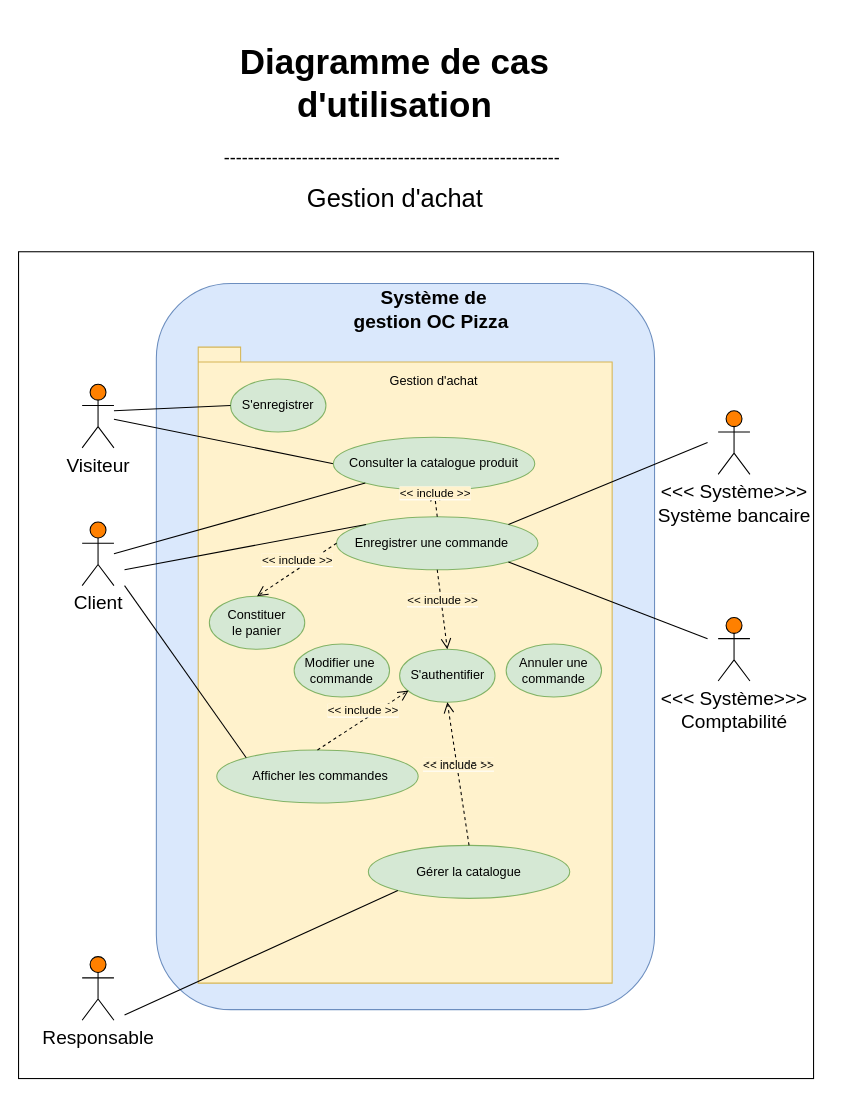
Earlier version of the draw.io diagram page "Gestion d'achat" (1 of 5) of Use case Diagram.drawio (Maayaavi/OC_Project_4). Source tidied: cells renumbered, new cells numbered last; positions are measured from the earlier drawing's top-left corner, leaving out a move shared by most shapes. Both pictures are drawn from the tidied source at 106%, with x=0, y=0 at pixel (18, 29).
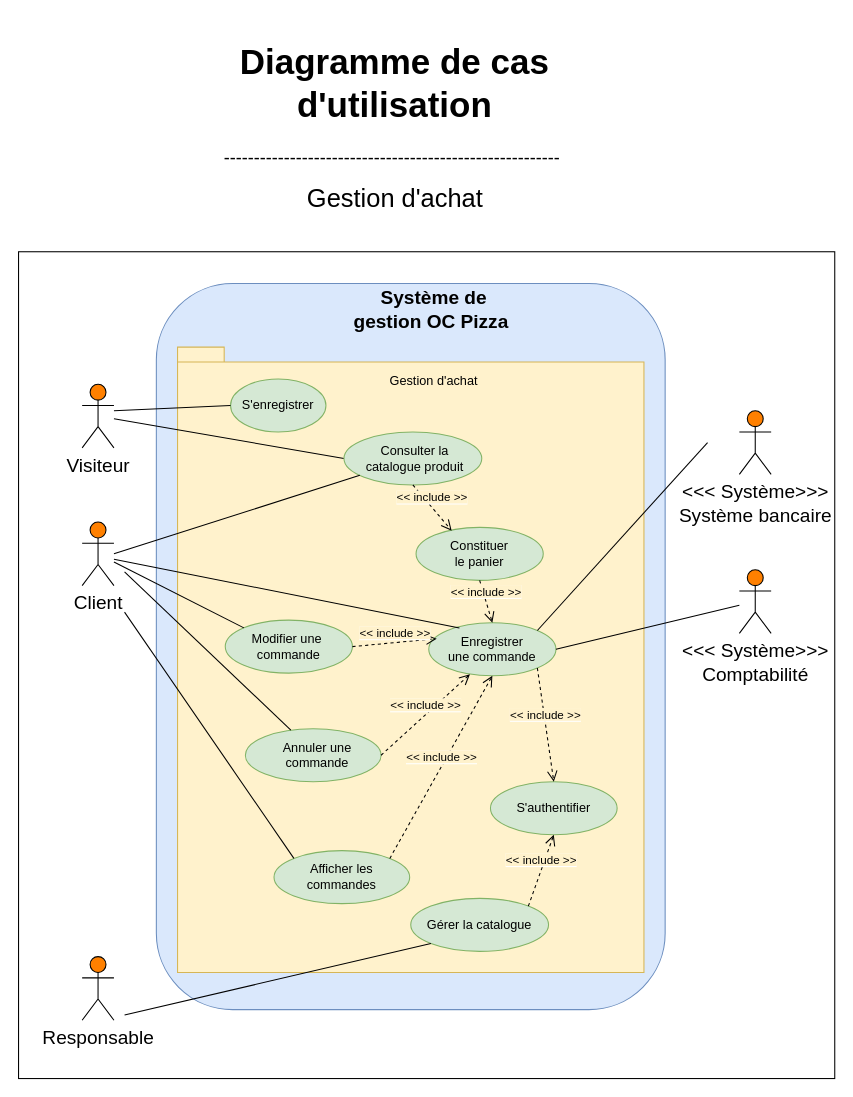
The same page after the edit.

The change refers to these unchanged cells:
```xml
<mxCell id="7" value="Client" style="shape=umlActor;verticalLabelPosition=bottom;labelBackgroundColor=#ffffff;verticalAlign=top;html=1;outlineConnect=0;fontSize=18;fillColor=#FF8000;" parent="1" vertex="1">
  <mxGeometry x="60" y="465" width="30" height="60" as="geometry" />
</mxCell>
```

What changed in the source:
```diff
@@
     <mxCell id="2" style="whiteSpace=wrap;html=1;" parent="1" vertex="1">
-      <mxGeometry y="210" width="750" height="780" as="geometry" />
+      <mxGeometry y="210" width="770" height="780" as="geometry" />
     </mxCell>
@@
     <mxCell id="4" style="rounded=1;whiteSpace=wrap;html=1;fillColor=#dae8fc;strokeColor=#6c8ebf;" parent="1" vertex="1">
-      <mxGeometry x="130" y="240" width="470" height="685" as="geometry" />
+      <mxGeometry x="130" y="240" width="480" height="685" as="geometry" />
     </mxCell>
@@
     <mxCell id="8" value="&amp;lt;&amp;lt;&amp;lt; Système&amp;gt;&amp;gt;&amp;gt;&lt;br&gt;Système bancaire" style="shape=umlActor;verticalLabelPosition=bottom;labelBackgroundColor=#ffffff;verticalAlign=top;html=1;fontSize=18;gradientColor=none;gradientDirection=north;fillColor=#FF8000;" parent="1" vertex="1">
-      <mxGeometry x="660" y="360" width="30" height="60" as="geometry" />
+      <mxGeometry x="680" y="360" width="30" height="60" as="geometry" />
     </mxCell>
     <mxCell id="9" value="&amp;lt;&amp;lt;&amp;lt; Système&amp;gt;&amp;gt;&amp;gt;&lt;br&gt;Comptabilité" style="shape=umlActor;verticalLabelPosition=bottom;labelBackgroundColor=#ffffff;verticalAlign=top;html=1;outlineConnect=0;fontSize=18;gradientColor=none;gradientDirection=north;fillColor=#FF8000;" parent="1" vertex="1">
-      <mxGeometry x="660" y="555" width="30" height="60" as="geometry" />
+      <mxGeometry x="680" y="510" width="30" height="60" as="geometry" />
     </mxCell>
     <mxCell id="10" style="shape=folder;fontStyle=1;spacingTop=10;tabWidth=40;tabHeight=14;tabPosition=left;html=1;fillColor=#fff2cc;strokeColor=#d6b656;" parent="1" vertex="1">
-      <mxGeometry x="169.5" y="300" width="390.5" height="600" as="geometry" />
+      <mxGeometry x="150" y="300" width="440" height="590" as="geometry" />
     </mxCell>
@@
     <mxCell id="13" style="ellipse;whiteSpace=wrap;html=1;fillColor=#d5e8d4;strokeColor=#82b366;" parent="1" vertex="1">
-      <mxGeometry x="297" y="385" width="190" height="50" as="geometry" />
+      <mxGeometry x="307" y="380" width="130" height="50" as="geometry" />
     </mxCell>
-    <mxCell id="14" value="Consulter la catalogue produit" style="text;html=1;strokeColor=none;fillColor=none;align=center;verticalAlign=middle;whiteSpace=wrap;rounded=0;" parent="1" vertex="1">
-      <mxGeometry x="287" y="400" width="210" height="20" as="geometry" />
+    <mxCell id="14" value="Consulter la&lt;br&gt;catalogue produit" style="text;html=1;strokeColor=none;fillColor=none;align=center;verticalAlign=middle;whiteSpace=wrap;rounded=0;" parent="1" vertex="1">
+      <mxGeometry x="269" y="395" width="210" height="20" as="geometry" />
     </mxCell>
     <mxCell id="15" style="ellipse;whiteSpace=wrap;html=1;fillColor=#d5e8d4;strokeColor=#82b366;" parent="1" vertex="1">
-      <mxGeometry x="300" y="460" width="190" height="50" as="geometry" />
+      <mxGeometry x="387" y="560" width="120" height="50" as="geometry" />
     </mxCell>
-    <mxCell id="16" value="Enregistrer une commande" style="text;html=1;strokeColor=none;fillColor=none;align=center;verticalAlign=middle;whiteSpace=wrap;rounded=0;" parent="1" vertex="1">
-      <mxGeometry x="285" y="475" width="210" height="20" as="geometry" />
+    <mxCell id="16" value="Enregistrer &lt;br&gt;une commande" style="text;html=1;strokeColor=none;fillColor=none;align=center;verticalAlign=middle;whiteSpace=wrap;rounded=0;" parent="1" vertex="1">
+      <mxGeometry x="342" y="575" width="210" height="20" as="geometry" />
     </mxCell>
@@
-    <mxCell id="19" style="endArrow=none;html=1;entryX=0;entryY=0;entryDx=0;entryDy=0;" parent="1" edge="1" target="15">
+    <mxCell id="19" style="endArrow=none;html=1;entryX=0.241;entryY=0.098;entryDx=0;entryDy=0;entryPerimeter=0;" parent="1" edge="1" target="15">
       <mxGeometry relative="1" as="geometry">
-        <mxPoint x="100" y="510" as="sourcePoint" />
+        <mxPoint x="90" y="500" as="sourcePoint" />
       </mxGeometry>
     </mxCell>
     <mxCell id="20" style="ellipse;whiteSpace=wrap;html=1;fillColor=#d5e8d4;strokeColor=#82b366;" parent="1" vertex="1">
-      <mxGeometry x="330" y="770" width="190" height="50" as="geometry" />
+      <mxGeometry x="370" y="820" width="130" height="50" as="geometry" />
     </mxCell>
     <mxCell id="21" value="Gérer la catalogue" style="text;html=1;strokeColor=none;fillColor=none;align=center;verticalAlign=middle;whiteSpace=wrap;rounded=0;" parent="1" vertex="1">
-      <mxGeometry x="320" y="785" width="210" height="20" as="geometry" />
+      <mxGeometry x="330" y="835" width="210" height="20" as="geometry" />
     </mxCell>
@@
-    <mxCell id="23" style="endArrow=none;html=1;exitX=1;exitY=1;exitDx=0;exitDy=0;" parent="1" edge="1" source="15">
-      <mxGeometry relative="1" as="geometry">
-        <mxPoint x="650" y="575" as="targetPoint" />
-      </mxGeometry>
+    <mxCell id="23" style="endArrow=none;html=1;exitX=1;exitY=0.5;exitDx=0;exitDy=0;" parent="1" edge="1" source="15" target="9">
+      <mxGeometry relative="1" as="geometry" />
     </mxCell>
     <mxCell id="24" style="ellipse;whiteSpace=wrap;html=1;fillColor=#d5e8d4;strokeColor=#82b366;" parent="1" vertex="1">
-      <mxGeometry x="260" y="580" width="90" height="50" as="geometry" />
+      <mxGeometry x="195" y="557.5" width="120" height="50" as="geometry" />
     </mxCell>
-    <mxCell id="25" value="Modifier une&amp;nbsp;&lt;br&gt;commande" style="text;html=1;strokeColor=none;fillColor=none;align=center;verticalAlign=middle;whiteSpace=wrap;rounded=0;" parent="1" vertex="1">
-      <mxGeometry x="200" y="595" width="210" height="20" as="geometry" />
-    </mxCell>
     <mxCell id="26" style="ellipse;whiteSpace=wrap;html=1;fillColor=#d5e8d4;strokeColor=#82b366;" parent="1" vertex="1">
-      <mxGeometry x="187" y="680" width="190" height="50" as="geometry" />
+      <mxGeometry x="241" y="775" width="128" height="50" as="geometry" />
     </mxCell>
-    <mxCell id="27" value="Afficher les commandes" style="text;html=1;strokeColor=none;fillColor=none;align=center;verticalAlign=middle;whiteSpace=wrap;rounded=0;" parent="1" vertex="1">
-      <mxGeometry x="180" y="695" width="210" height="20" as="geometry" />
+    <mxCell id="27" value="Afficher les &lt;br&gt;commandes" style="text;html=1;strokeColor=none;fillColor=none;align=center;verticalAlign=middle;whiteSpace=wrap;rounded=0;" parent="1" vertex="1">
+      <mxGeometry x="200" y="790" width="210" height="20" as="geometry" />
     </mxCell>
-    <mxCell id="28" style="endArrow=none;html=1;entryX=0;entryY=0;entryDx=0;entryDy=0;" parent="1" edge="1" target="26">
-      <mxGeometry relative="1" as="geometry">
-        <mxPoint x="100" y="525" as="sourcePoint" />
-      </mxGeometry>
-    </mxCell>
@@
     <mxCell id="30" style="ellipse;whiteSpace=wrap;html=1;fillColor=#d5e8d4;strokeColor=#82b366;" parent="1" vertex="1">
-      <mxGeometry x="460" y="580" width="90" height="50" as="geometry" />
+      <mxGeometry x="214" y="660" width="128" height="50" as="geometry" />
     </mxCell>
     <mxCell id="31" value="Annuler une &lt;br&gt;commande" style="text;html=1;strokeColor=none;fillColor=none;align=center;verticalAlign=middle;whiteSpace=wrap;rounded=0;" parent="1" vertex="1">
-      <mxGeometry x="400" y="595" width="210" height="20" as="geometry" />
+      <mxGeometry x="177" y="675" width="210" height="20" as="geometry" />
     </mxCell>
     <mxCell id="32" style="ellipse;whiteSpace=wrap;html=1;fillColor=#d5e8d4;strokeColor=#82b366;" parent="1" vertex="1">
-      <mxGeometry x="180" y="535" width="90" height="50" as="geometry" />
+      <mxGeometry x="375" y="470" width="120" height="50" as="geometry" />
     </mxCell>
     <mxCell id="33" value="Constituer&lt;br&gt;le panier" style="text;html=1;strokeColor=none;fillColor=none;align=center;verticalAlign=middle;whiteSpace=wrap;rounded=0;" parent="1" vertex="1">
-      <mxGeometry x="120" y="550" width="210" height="20" as="geometry" />
+      <mxGeometry x="330" y="485" width="210" height="20" as="geometry" />
     </mxCell>
-    <mxCell id="34" value="&lt;span style=&quot;background-color: rgb(255 , 242 , 204)&quot;&gt;&amp;lt;&amp;lt; include &amp;gt;&amp;gt;&lt;/span&gt;" style="html=1;verticalAlign=bottom;endArrow=open;dashed=1;endSize=8;entryX=0.5;entryY=0;entryDx=0;entryDy=0;exitX=0;exitY=0.5;exitDx=0;exitDy=0;" parent="1" edge="1" source="15" target="32">
-      <mxGeometry relative="1" as="geometry" />
-    </mxCell>
     <mxCell id="35" style="ellipse;whiteSpace=wrap;html=1;fillColor=#d5e8d4;strokeColor=#82b366;" parent="1" vertex="1">
-      <mxGeometry x="359.5" y="585" width="90" height="50" as="geometry" />
+      <mxGeometry x="445.2" y="710" width="119.5" height="50" as="geometry" />
     </mxCell>
     <mxCell id="36" value="S'authentifier" style="text;html=1;strokeColor=none;fillColor=none;align=center;verticalAlign=middle;whiteSpace=wrap;rounded=0;" parent="1" vertex="1">
-      <mxGeometry x="299.5" y="600" width="210" height="20" as="geometry" />
+      <mxGeometry x="400" y="725" width="210" height="20" as="geometry" />
     </mxCell>
-    <mxCell id="37" value="&lt;span style=&quot;background-color: rgb(255 , 242 , 204)&quot;&gt;&amp;lt;&amp;lt; include &amp;gt;&amp;gt;&lt;/span&gt;" style="html=1;verticalAlign=bottom;endArrow=open;dashed=1;endSize=8;entryX=0.5;entryY=0;entryDx=0;entryDy=0;exitX=0.5;exitY=1;exitDx=0;exitDy=0;" parent="1" edge="1" source="15" target="35">
-      <mxGeometry relative="1" as="geometry" />
-    </mxCell>
-    <mxCell id="38" value="&lt;span style=&quot;background-color: rgb(255 , 242 , 204)&quot;&gt;&amp;lt;&amp;lt; include &amp;gt;&amp;gt;&lt;/span&gt;" style="html=1;verticalAlign=bottom;endArrow=open;dashed=1;endSize=8;entryX=0.326;entryY=1.2;entryDx=0;entryDy=0;exitX=0.5;exitY=0;exitDx=0;exitDy=0;entryPerimeter=0;" parent="1" edge="1" source="26" target="36">
+    <mxCell id="38" value="&lt;span style=&quot;background-color: rgb(255 , 242 , 204)&quot;&gt;&amp;lt;&amp;lt; include &amp;gt;&amp;gt;&lt;/span&gt;" style="html=1;verticalAlign=bottom;endArrow=open;dashed=1;endSize=8;entryX=0.5;entryY=1;entryDx=0;entryDy=0;exitX=1;exitY=0;exitDx=0;exitDy=0;" parent="1" edge="1" source="26" target="15">
       <mxGeometry relative="1" as="geometry" />
     </mxCell>
-    <mxCell id="39" value="&lt;span style=&quot;background-color: rgb(255 , 242 , 204)&quot;&gt;&amp;lt;&amp;lt; include &amp;gt;&amp;gt;&lt;/span&gt;" style="html=1;verticalAlign=bottom;endArrow=open;dashed=1;endSize=8;entryX=0.5;entryY=1;entryDx=0;entryDy=0;exitX=0.5;exitY=0;exitDx=0;exitDy=0;" parent="1" edge="1" source="20" target="35">
+    <mxCell id="39" value="&lt;span style=&quot;background-color: rgb(255 , 242 , 204)&quot;&gt;&amp;lt;&amp;lt; include &amp;gt;&amp;gt;&lt;/span&gt;" style="html=1;verticalAlign=bottom;endArrow=open;dashed=1;endSize=8;entryX=0.5;entryY=1;entryDx=0;entryDy=0;exitX=1;exitY=0;exitDx=0;exitDy=0;" parent="1" edge="1" source="20" target="35">
       <mxGeometry relative="1" as="geometry" />
     </mxCell>
@@
-    <mxCell id="44" value="&lt;span style=&quot;background-color: rgb(255 , 242 , 204)&quot;&gt;&amp;lt;&amp;lt; include &amp;gt;&amp;gt;&lt;/span&gt;" style="html=1;verticalAlign=bottom;endArrow=open;dashed=1;endSize=8;entryX=0.5;entryY=1;entryDx=0;entryDy=0;exitX=0.5;exitY=0;exitDx=0;exitDy=0;" parent="1" edge="1" source="15" target="13">
-      <mxGeometry relative="1" as="geometry" />
-    </mxCell>
+    <mxCell id="37" value="&lt;span style=&quot;background-color: rgb(255 , 242 , 204)&quot;&gt;&amp;lt;&amp;lt; include &amp;gt;&amp;gt;&lt;/span&gt;" style="html=1;verticalAlign=bottom;endArrow=open;dashed=1;endSize=8;exitX=1;exitY=1;exitDx=0;exitDy=0;entryX=0.5;entryY=0;entryDx=0;entryDy=0;" parent="1" edge="1" source="15" target="35">
+      <mxGeometry relative="1" as="geometry" />
+    </mxCell>
+    <mxCell id="45" value="&lt;span style=&quot;background-color: rgb(255 , 242 , 204)&quot;&gt;&amp;lt;&amp;lt; include &amp;gt;&amp;gt;&lt;/span&gt;" style="html=1;verticalAlign=bottom;endArrow=open;dashed=1;endSize=8;exitX=1;exitY=0.5;exitDx=0;exitDy=0;entryX=0.324;entryY=0.971;entryDx=0;entryDy=0;entryPerimeter=0;" parent="1" edge="1" source="30" target="15">
+      <mxGeometry relative="1" as="geometry" />
+    </mxCell>
+    <mxCell id="25" value="Modifier une&amp;nbsp;&lt;br&gt;commande" style="text;html=1;strokeColor=none;fillColor=none;align=center;verticalAlign=middle;whiteSpace=wrap;rounded=0;" parent="1" vertex="1">
+      <mxGeometry x="150" y="572.5" width="210" height="20" as="geometry" />
+    </mxCell>
+    <mxCell id="46" value="&lt;span style=&quot;background-color: rgb(255 , 242 , 204)&quot;&gt;&amp;lt;&amp;lt; include &amp;gt;&amp;gt;&lt;/span&gt;" style="html=1;verticalAlign=bottom;endArrow=open;dashed=1;endSize=8;entryX=0.28;entryY=0.062;entryDx=0;entryDy=0;exitX=0.5;exitY=1;exitDx=0;exitDy=0;entryPerimeter=0;" parent="1" edge="1" source="13" target="32">
+      <mxGeometry relative="1" as="geometry" />
+    </mxCell>
+    <mxCell id="47" value="&lt;span style=&quot;background-color: rgb(255 , 242 , 204)&quot;&gt;&amp;lt;&amp;lt; include &amp;gt;&amp;gt;&lt;/span&gt;" style="html=1;verticalAlign=bottom;endArrow=open;dashed=1;endSize=8;exitX=0.5;exitY=1;exitDx=0;exitDy=0;entryX=0.5;entryY=0;entryDx=0;entryDy=0;" parent="1" edge="1" source="32" target="15">
+      <mxGeometry relative="1" as="geometry" />
+    </mxCell>
+    <mxCell id="48" style="endArrow=none;html=1;entryX=0;entryY=0;entryDx=0;entryDy=0;" parent="1" edge="1" source="7" target="24">
+      <mxGeometry relative="1" as="geometry" />
+    </mxCell>
+    <mxCell id="49" style="endArrow=none;html=1;entryX=0;entryY=0;entryDx=0;entryDy=0;" parent="1" edge="1" target="26">
+      <mxGeometry relative="1" as="geometry">
+        <mxPoint x="100" y="550" as="sourcePoint" />
+      </mxGeometry>
+    </mxCell>
+    <mxCell id="50" style="endArrow=none;html=1;entryX=0.335;entryY=0.025;entryDx=0;entryDy=0;entryPerimeter=0;" parent="1" edge="1" target="30">
+      <mxGeometry relative="1" as="geometry">
+        <mxPoint x="100" y="512" as="sourcePoint" />
+      </mxGeometry>
+    </mxCell>
+    <mxCell id="51" value="&lt;span style=&quot;background-color: rgb(255 , 242 , 204)&quot;&gt;&amp;lt;&amp;lt; include &amp;gt;&amp;gt;&lt;/span&gt;" style="html=1;verticalAlign=bottom;endArrow=open;dashed=1;endSize=8;exitX=1;exitY=0.5;exitDx=0;exitDy=0;entryX=0.25;entryY=0;entryDx=0;entryDy=0;" parent="1" edge="1" source="24" target="16">
+      <mxGeometry relative="1" as="geometry" />
+    </mxCell>
```
